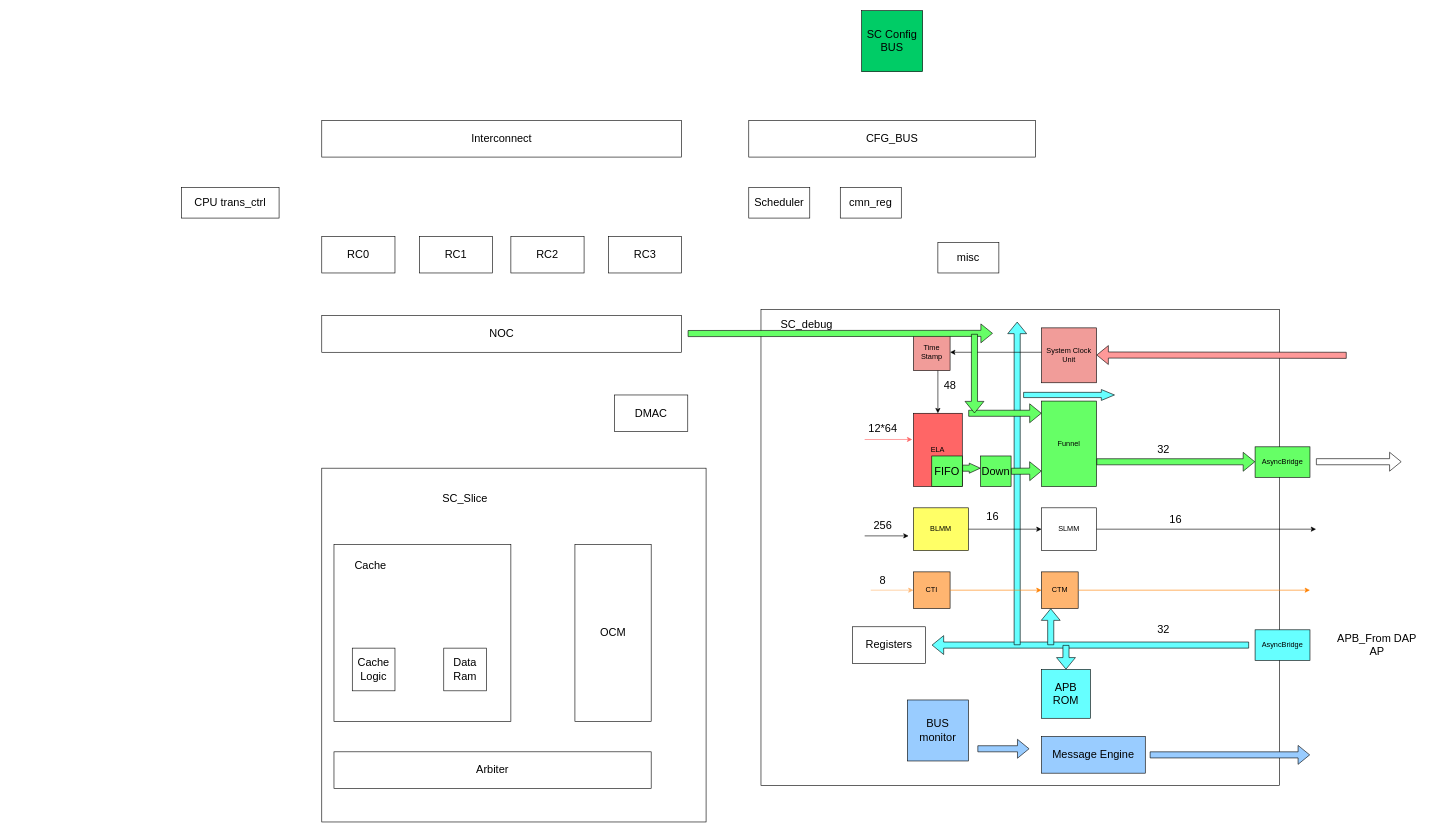
This is page "Page-6" (6 of 7) of Untitled Diagram.drawio from ASIC-Design/test, a draw.io file, before an edit. Source tidied: cells renumbered, new cells numbered last; positions are measured from the earlier drawing's top-left corner, leaving out a move shared by most shapes. Both pictures are drawn from the tidied source at 61%, with x=0, y=0 at pixel (181, 10).
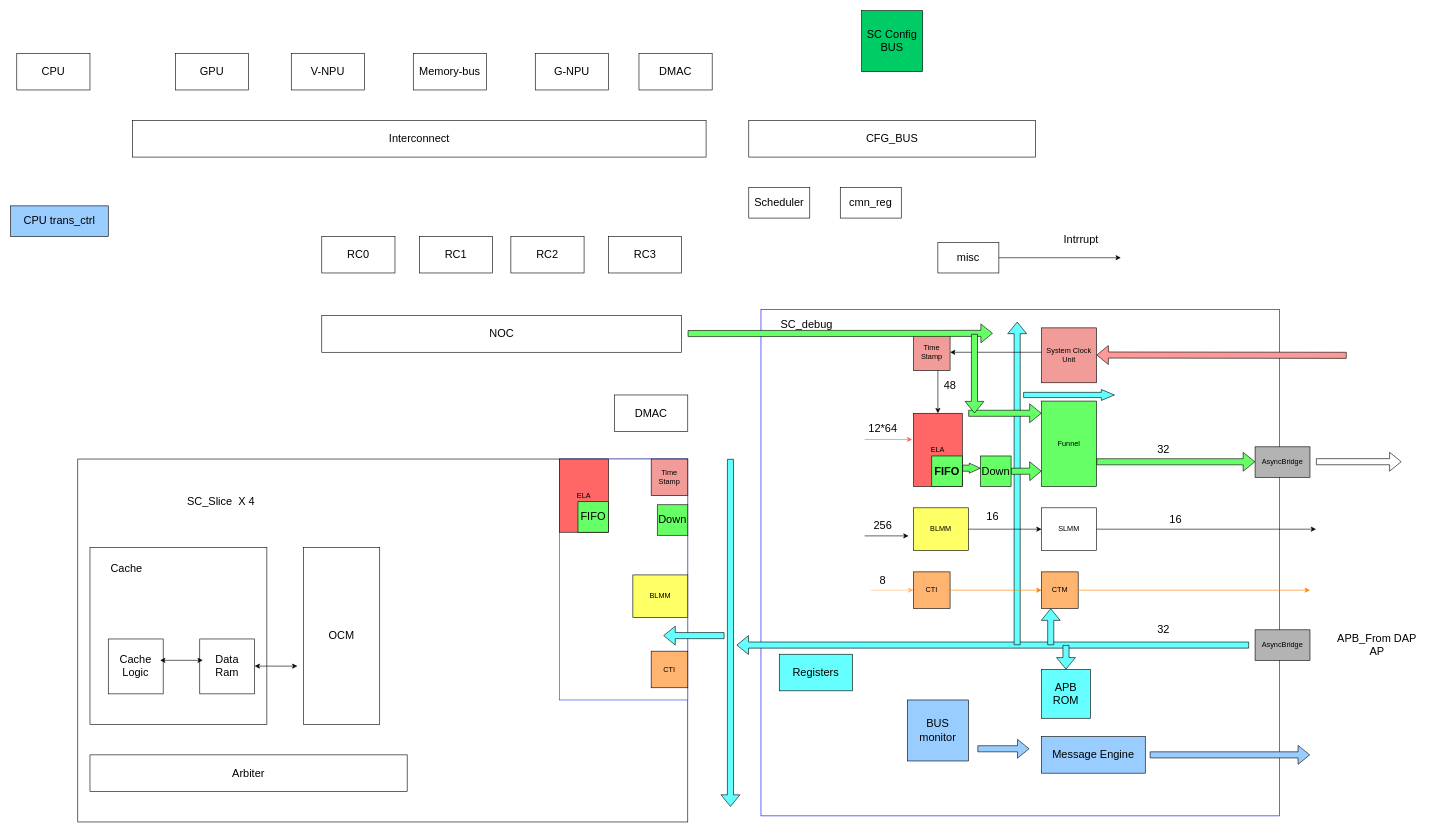
The same diagram, later.

Unchanged cells that the change refers to:
```xml
<mxCell id="13" value="misc" style="rounded=0;whiteSpace=wrap;html=1;fontSize=18;" parent="1" vertex="1">
  <mxGeometry x="1240" y="380" width="100" height="50" as="geometry" />
</mxCell>
```

Diff of the diagram source:
```diff
@@
+    <mxCell id="3" style="rounded=0;whiteSpace=wrap;html=1;fontSize=18;strokeColor=#000000;fillColor=#FFFFFF;" parent="1" vertex="1">
+      <mxGeometry x="-170" y="735" width="1000" height="595" as="geometry" />
+    </mxCell>
+    <mxCell id="74" style="rounded=0;whiteSpace=wrap;html=1;fontSize=18;strokeColor=#3333FF;fillColor=#FFFFFF;" parent="1" vertex="1">
+      <mxGeometry x="620" y="735" width="210" height="395" as="geometry" />
+    </mxCell>
-    <mxCell id="2" style="rounded=0;whiteSpace=wrap;html=1;fontSize=18;" parent="1" vertex="1">
-      <mxGeometry x="950" y="490" width="850" height="780" as="geometry" />
+    <mxCell id="2" style="rounded=0;whiteSpace=wrap;html=1;fontSize=18;strokeColor=#0000FF;" parent="1" vertex="1">
+      <mxGeometry x="950" y="490" width="850" height="830" as="geometry" />
     </mxCell>
-    <mxCell id="3" style="rounded=0;whiteSpace=wrap;html=1;fontSize=18;strokeColor=#000000;fillColor=#FFFFFF;" parent="1" vertex="1">
-      <mxGeometry x="230" y="750" width="630" height="580" as="geometry" />
-    </mxCell>
     <mxCell id="4" value="Interconnect" style="rounded=0;whiteSpace=wrap;html=1;fontSize=18;" parent="1" vertex="1">
-      <mxGeometry x="230" y="180" width="590" height="60" as="geometry" />
+      <mxGeometry x="-80" y="180" width="940" height="60" as="geometry" />
     </mxCell>
@@
-    <mxCell id="15" value="CPU trans_ctrl" style="rounded=0;whiteSpace=wrap;html=1;fontSize=18;" parent="1" vertex="1">
-      <mxGeometry y="290" width="160" height="50" as="geometry" />
+    <mxCell id="15" value="CPU trans_ctrl" style="rounded=0;whiteSpace=wrap;html=1;fontSize=18;fillColor=#99CCFF;" parent="1" vertex="1">
+      <mxGeometry x="-280" y="320" width="160" height="50" as="geometry" />
     </mxCell>
@@
-    <mxCell id="25" value="AsyncBridge" style="rounded=0;whiteSpace=wrap;html=1;strokeColor=#000000;fillColor=#66FF66;" parent="1" vertex="1">
+    <mxCell id="25" value="AsyncBridge" style="rounded=0;whiteSpace=wrap;html=1;strokeColor=#000000;fillColor=#B3B3B3;" parent="1" vertex="1">
       <mxGeometry x="1760" y="715" width="90" height="50" as="geometry" />
     </mxCell>
@@
     <mxCell id="31" style="shape=flexArrow;endArrow=classic;html=1;rounded=0;fontSize=18;fillColor=#66FFFF;" parent="1" edge="1">
       <mxGeometry relative="1" as="geometry">
         <mxPoint x="1750" y="1040" as="sourcePoint" />
-        <mxPoint x="1230" y="1040" as="targetPoint" />
+        <mxPoint x="910" y="1040" as="targetPoint" />
       </mxGeometry>
     </mxCell>
@@
-    <mxCell id="56" value="FIFO" style="whiteSpace=wrap;html=1;fontSize=18;fillColor=#66FF66;" parent="1" vertex="1">
+    <mxCell id="56" value="FIFO" style="whiteSpace=wrap;html=1;fontSize=18;fillColor=#66FF66;fontStyle=1;" parent="1" vertex="1">
       <mxGeometry x="1230" y="730" width="50" height="50" as="geometry" />
     </mxCell>
@@
-    <mxCell id="59" value="Registers" style="rounded=0;whiteSpace=wrap;html=1;fontSize=18;" parent="1" vertex="1">
-      <mxGeometry x="1100" y="1010" width="120" height="60" as="geometry" />
+    <mxCell id="59" value="Registers" style="rounded=0;whiteSpace=wrap;html=1;fontSize=18;fillColor=#66FFFF;" parent="1" vertex="1">
+      <mxGeometry x="980" y="1055" width="120" height="60" as="geometry" />
     </mxCell>
-    <mxCell id="60" value="AsyncBridge" style="rounded=0;whiteSpace=wrap;html=1;fillColor=#66FFFF;" parent="1" vertex="1">
+    <mxCell id="60" value="AsyncBridge" style="rounded=0;whiteSpace=wrap;html=1;fillColor=#B3B3B3;" parent="1" vertex="1">
       <mxGeometry x="1760" y="1015" width="90" height="50" as="geometry" />
     </mxCell>
@@
     <mxCell id="64" style="whiteSpace=wrap;html=1;fontSize=18;" parent="1" vertex="1">
-      <mxGeometry x="250" y="875" width="290" height="290" as="geometry" />
+      <mxGeometry x="-150" y="880" width="290" height="290" as="geometry" />
     </mxCell>
     <mxCell id="65" value="Cache&lt;br&gt;Logic" style="whiteSpace=wrap;html=1;fontSize=18;" parent="1" vertex="1">
-      <mxGeometry x="280" y="1045" width="70" height="70" as="geometry" />
+      <mxGeometry x="-120" y="1030" width="90" height="90" as="geometry" />
     </mxCell>
     <mxCell id="66" value="Data&lt;br&gt;Ram" style="whiteSpace=wrap;html=1;fontSize=18;" parent="1" vertex="1">
-      <mxGeometry x="430" y="1045" width="70" height="70" as="geometry" />
+      <mxGeometry x="30" y="1030" width="90" height="90" as="geometry" />
     </mxCell>
     <mxCell id="67" value="OCM" style="rounded=0;whiteSpace=wrap;html=1;fontSize=18;" parent="1" vertex="1">
-      <mxGeometry x="645" y="875" width="125" height="290" as="geometry" />
+      <mxGeometry x="200" y="880" width="125" height="290" as="geometry" />
     </mxCell>
     <mxCell id="68" value="Arbiter" style="rounded=0;whiteSpace=wrap;html=1;fontSize=18;" parent="1" vertex="1">
-      <mxGeometry x="250" y="1215" width="520" height="60" as="geometry" />
+      <mxGeometry x="-150" y="1220" width="520" height="60" as="geometry" />
     </mxCell>
-    <mxCell id="69" value="SC_Slice" style="text;html=1;strokeColor=none;fillColor=none;align=center;verticalAlign=middle;whiteSpace=wrap;rounded=0;fontSize=18;" parent="1" vertex="1">
-      <mxGeometry x="365" y="785" width="200" height="30" as="geometry" />
+    <mxCell id="69" value="SC_Slice&amp;nbsp; X 4" style="text;html=1;strokeColor=none;fillColor=none;align=center;verticalAlign=middle;whiteSpace=wrap;rounded=0;fontSize=18;" parent="1" vertex="1">
+      <mxGeometry x="-35" y="790" width="200" height="30" as="geometry" />
     </mxCell>
     <mxCell id="70" value="Cache" style="text;html=1;strokeColor=none;fillColor=none;align=center;verticalAlign=middle;whiteSpace=wrap;rounded=0;fontSize=18;" parent="1" vertex="1">
-      <mxGeometry x="270" y="895" width="80" height="30" as="geometry" />
+      <mxGeometry x="-130" y="900" width="80" height="30" as="geometry" />
     </mxCell>
@@
+    <mxCell id="75" value="CPU" style="rounded=0;whiteSpace=wrap;html=1;fontSize=18;strokeColor=#000000;fillColor=#FFFFFF;" parent="1" vertex="1">
+      <mxGeometry x="-270" y="70" width="120" height="60" as="geometry" />
+    </mxCell>
+    <mxCell id="76" value="GPU" style="rounded=0;whiteSpace=wrap;html=1;fontSize=18;strokeColor=#000000;fillColor=#FFFFFF;" parent="1" vertex="1">
+      <mxGeometry x="-10" y="70" width="120" height="60" as="geometry" />
+    </mxCell>
+    <mxCell id="77" value="V-NPU" style="rounded=0;whiteSpace=wrap;html=1;fontSize=18;strokeColor=#000000;fillColor=#FFFFFF;" parent="1" vertex="1">
+      <mxGeometry x="180" y="70" width="120" height="60" as="geometry" />
+    </mxCell>
+    <mxCell id="78" value="Memory-bus" style="rounded=0;whiteSpace=wrap;html=1;fontSize=18;strokeColor=#000000;fillColor=#FFFFFF;" parent="1" vertex="1">
+      <mxGeometry x="380" y="70" width="120" height="60" as="geometry" />
+    </mxCell>
+    <mxCell id="79" value="G-NPU" style="rounded=0;whiteSpace=wrap;html=1;fontSize=18;strokeColor=#000000;fillColor=#FFFFFF;" parent="1" vertex="1">
+      <mxGeometry x="580" y="70" width="120" height="60" as="geometry" />
+    </mxCell>
+    <mxCell id="80" value="DMAC" style="rounded=0;whiteSpace=wrap;html=1;fontSize=18;strokeColor=#000000;fillColor=#FFFFFF;" parent="1" vertex="1">
+      <mxGeometry x="750" y="70" width="120" height="60" as="geometry" />
+    </mxCell>
+    <mxCell id="81" value="ELA" style="rounded=0;whiteSpace=wrap;html=1;fillColor=#FF6666;" parent="1" vertex="1">
+      <mxGeometry x="620" y="735" width="80" height="120" as="geometry" />
+    </mxCell>
+    <mxCell id="82" value="BLMM" style="rounded=0;whiteSpace=wrap;html=1;fillColor=#FFFF66;" parent="1" vertex="1">
+      <mxGeometry x="740" y="925" width="90" height="70" as="geometry" />
+    </mxCell>
+    <mxCell id="83" value="CTI" style="whiteSpace=wrap;html=1;fillColor=#FFB570;" parent="1" vertex="1">
+      <mxGeometry x="770" y="1050" width="60" height="60" as="geometry" />
+    </mxCell>
+    <mxCell id="84" value="FIFO" style="whiteSpace=wrap;html=1;fontSize=18;fillColor=#66FF66;" parent="1" vertex="1">
+      <mxGeometry x="650" y="805" width="50" height="50" as="geometry" />
+    </mxCell>
+    <mxCell id="85" value="Down" style="whiteSpace=wrap;html=1;fontSize=18;fillColor=#66FF66;" parent="1" vertex="1">
+      <mxGeometry x="780" y="810" width="50" height="50" as="geometry" />
+    </mxCell>
+    <mxCell id="86" value="Time Stamp" style="whiteSpace=wrap;html=1;fillColor=#F19C99;" parent="1" vertex="1">
+      <mxGeometry x="770" y="735" width="60" height="60" as="geometry" />
+    </mxCell>
+    <mxCell id="87" style="endArrow=classic;html=1;rounded=0;fontSize=18;strokeColor=#000000;fillColor=#FF9999;exitX=1;exitY=0.5;exitDx=0;exitDy=0;" parent="1" edge="1" source="13">
+      <mxGeometry relative="1" as="geometry">
+        <mxPoint x="1540" y="405" as="targetPoint" />
+      </mxGeometry>
+    </mxCell>
+    <mxCell id="88" value="Intrrupt" style="text;html=1;strokeColor=none;fillColor=none;align=center;verticalAlign=middle;whiteSpace=wrap;rounded=0;fontSize=18;" parent="1" vertex="1">
+      <mxGeometry x="1430" y="360" width="90" height="30" as="geometry" />
+    </mxCell>
+    <mxCell id="89" style="shape=flexArrow;endArrow=classic;html=1;rounded=0;fontSize=18;fillColor=#66FFFF;" parent="1" edge="1">
+      <mxGeometry relative="1" as="geometry">
+        <mxPoint x="900" y="735" as="sourcePoint" />
+        <mxPoint x="900" y="1305" as="targetPoint" />
+      </mxGeometry>
+    </mxCell>
+    <mxCell id="90" style="shape=flexArrow;endArrow=classic;html=1;rounded=0;fontSize=18;strokeColor=#000000;fillColor=#66FFFF;" parent="1" edge="1">
+      <mxGeometry relative="1" as="geometry">
+        <mxPoint x="890" y="1024.5" as="sourcePoint" />
+        <mxPoint x="790" y="1024.5" as="targetPoint" />
+      </mxGeometry>
+    </mxCell>
+    <mxCell id="91" style="endArrow=classic;startArrow=classic;html=1;rounded=0;fontSize=18;strokeColor=#000000;fillColor=#66FFFF;" parent="1" edge="1">
+      <mxGeometry relative="1" as="geometry">
+        <mxPoint x="120" y="1074.5" as="sourcePoint" />
+        <mxPoint x="190" y="1074.5" as="targetPoint" />
+      </mxGeometry>
+    </mxCell>
+    <mxCell id="92" style="endArrow=classic;startArrow=classic;html=1;rounded=0;fontSize=18;strokeColor=#000000;fillColor=#66FFFF;" parent="1" edge="1">
+      <mxGeometry relative="1" as="geometry">
+        <mxPoint x="-35" y="1065" as="sourcePoint" />
+        <mxPoint x="35" y="1065" as="targetPoint" />
+      </mxGeometry>
+    </mxCell>
```
